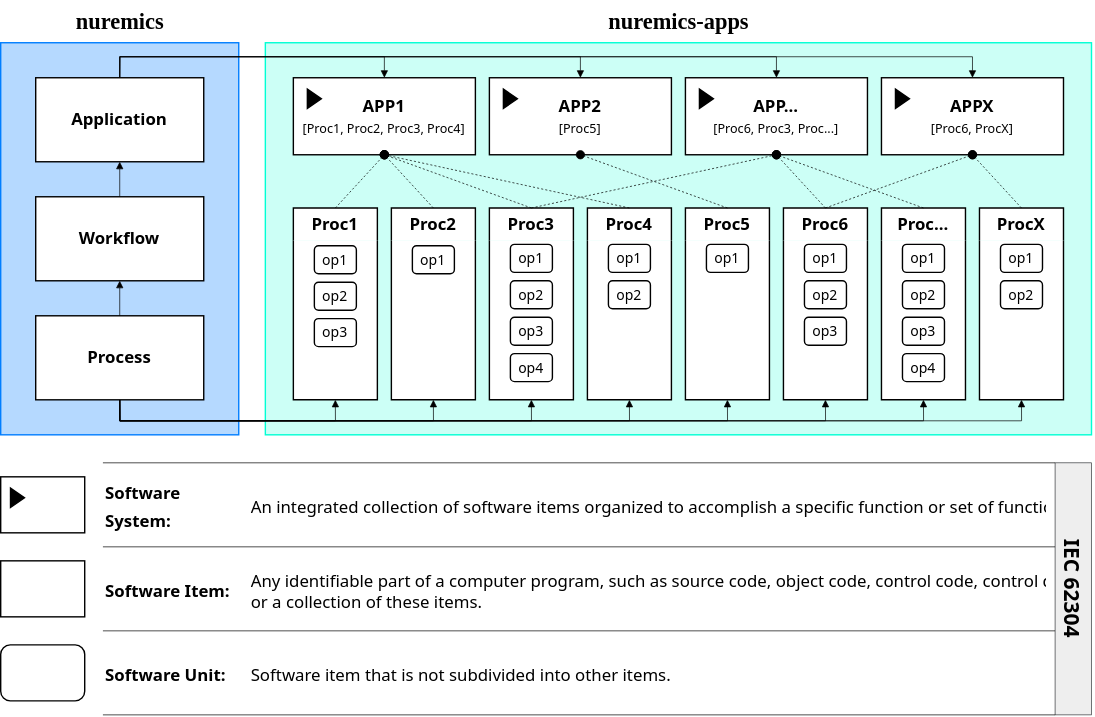
The draw.io diagram assets/architecture.svg in julien-siguenza/nuremics-data, before a commit. Source tidied: cells renumbered, new cells last; positions are measured from the earlier drawing's top-left corner, leaving out a move shared by most shapes.
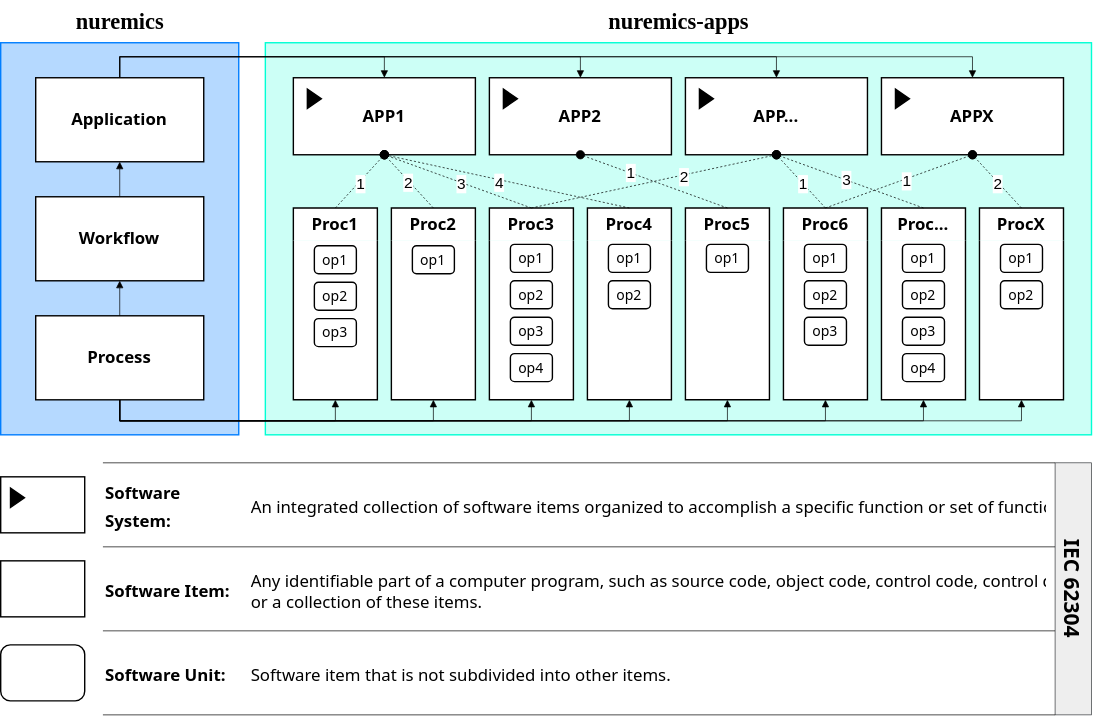
Above is the later version.

Commit message:
change architecture diagram

What changed in the source:
```diff
@@ -215,7 +215,7 @@
     <mxCell id="52" value="&lt;font face=&quot;Segoe UI&quot; style=&quot;font-size: 10px;&quot;&gt;op3&lt;/font&gt;" style="rounded=1;whiteSpace=wrap;html=1;" parent="49" vertex="1">
       <mxGeometry x="15" y="79" width="30" height="20" as="geometry" />
     </mxCell>
-    <mxCell id="53" value="&lt;span&gt;&lt;font face=&quot;Segoe UI&quot;&gt;&lt;b&gt;APP1&lt;/b&gt;&lt;/font&gt;&lt;/span&gt;&lt;div&gt;&lt;font face=&quot;Segoe UI&quot; style=&quot;font-size: 9px;&quot;&gt;&lt;font style=&quot;&quot;&gt;[&lt;span style=&quot;background-color: transparent; color: light-dark(rgb(0, 0, 0), rgb(255, 255, 255));&quot;&gt;Proc1,&amp;nbsp;&lt;/span&gt;&lt;/font&gt;&lt;span style=&quot;background-color: transparent; color: light-dark(rgb(0, 0, 0), rgb(255, 255, 255));&quot;&gt;Proc2,&amp;nbsp;&lt;/span&gt;&lt;span style=&quot;background-color: transparent; color: light-dark(rgb(0, 0, 0), rgb(255, 255, 255));&quot;&gt;Proc3,&amp;nbsp;&lt;/span&gt;&lt;span style=&quot;background-color: transparent; color: light-dark(rgb(0, 0, 0), rgb(255, 255, 255));&quot;&gt;Proc4]&lt;/span&gt;&lt;/font&gt;&lt;/div&gt;" style="rounded=0;whiteSpace=wrap;html=1;" parent="1" vertex="1">
+    <mxCell id="53" value="&lt;span&gt;&lt;font face=&quot;Segoe UI&quot;&gt;&lt;b&gt;APP1&lt;/b&gt;&lt;/font&gt;&lt;/span&gt;" style="rounded=0;whiteSpace=wrap;html=1;" parent="1" vertex="1">
       <mxGeometry x="209" y="55" width="130" height="55" as="geometry" />
     </mxCell>
     <mxCell id="54" style="shape=mxgraph.arrows2.wedgeArrow;html=1;startWidth=6.896551724137932;fillColor=strokeColor;defaultFillColor=invert;defaultGradientColor=invert;rounded=0;" parent="1" edge="1">
@@ -224,7 +224,7 @@
         <mxPoint x="229" y="70" as="targetPoint" />
       </mxGeometry>
     </mxCell>
-    <mxCell id="55" value="&lt;span&gt;&lt;font face=&quot;Segoe UI&quot;&gt;&lt;b&gt;APP2&lt;/b&gt;&lt;/font&gt;&lt;/span&gt;&lt;div&gt;&lt;font face=&quot;Segoe UI&quot; style=&quot;font-size: 9px;&quot;&gt;&lt;font style=&quot;&quot;&gt;[&lt;span style=&quot;background-color: transparent; color: light-dark(rgb(0, 0, 0), rgb(255, 255, 255));&quot;&gt;Proc5&lt;/span&gt;&lt;/font&gt;&lt;span style=&quot;background-color: transparent; color: light-dark(rgb(0, 0, 0), rgb(255, 255, 255));&quot;&gt;]&lt;/span&gt;&lt;/font&gt;&lt;/div&gt;" style="rounded=0;whiteSpace=wrap;html=1;" parent="1" vertex="1">
+    <mxCell id="55" value="&lt;span&gt;&lt;font face=&quot;Segoe UI&quot;&gt;&lt;b&gt;APP2&lt;/b&gt;&lt;/font&gt;&lt;/span&gt;" style="rounded=0;whiteSpace=wrap;html=1;" parent="1" vertex="1">
       <mxGeometry x="349" y="55" width="130" height="55" as="geometry" />
     </mxCell>
     <mxCell id="56" style="shape=mxgraph.arrows2.wedgeArrow;html=1;startWidth=6.896551724137932;fillColor=strokeColor;defaultFillColor=invert;defaultGradientColor=invert;rounded=0;" parent="1" edge="1">
@@ -233,7 +233,7 @@
         <mxPoint x="369" y="70" as="targetPoint" />
       </mxGeometry>
     </mxCell>
-    <mxCell id="57" value="&lt;span&gt;&lt;font face=&quot;Segoe UI&quot;&gt;&lt;b&gt;APP...&lt;/b&gt;&lt;/font&gt;&lt;/span&gt;&lt;div&gt;&lt;font face=&quot;Segoe UI&quot; style=&quot;font-size: 9px;&quot;&gt;&lt;font style=&quot;&quot;&gt;[&lt;span style=&quot;background-color: transparent; color: light-dark(rgb(0, 0, 0), rgb(255, 255, 255));&quot;&gt;Proc6,&amp;nbsp;&lt;/span&gt;&lt;/font&gt;&lt;span style=&quot;background-color: transparent; color: light-dark(rgb(0, 0, 0), rgb(255, 255, 255));&quot;&gt;Proc3,&amp;nbsp;&lt;/span&gt;&lt;span style=&quot;background-color: transparent; color: light-dark(rgb(0, 0, 0), rgb(255, 255, 255));&quot;&gt;Proc...&lt;/span&gt;&lt;span style=&quot;background-color: transparent; color: light-dark(rgb(0, 0, 0), rgb(255, 255, 255));&quot;&gt;]&lt;/span&gt;&lt;/font&gt;&lt;/div&gt;" style="rounded=0;whiteSpace=wrap;html=1;" parent="1" vertex="1">
+    <mxCell id="57" value="&lt;span&gt;&lt;font face=&quot;Segoe UI&quot;&gt;&lt;b&gt;APP...&lt;/b&gt;&lt;/font&gt;&lt;/span&gt;" style="rounded=0;whiteSpace=wrap;html=1;" parent="1" vertex="1">
       <mxGeometry x="489" y="55" width="130" height="55" as="geometry" />
     </mxCell>
     <mxCell id="58" style="shape=mxgraph.arrows2.wedgeArrow;html=1;startWidth=6.896551724137932;fillColor=strokeColor;defaultFillColor=invert;defaultGradientColor=invert;rounded=0;" parent="1" edge="1">
@@ -242,7 +242,7 @@
         <mxPoint x="509" y="70" as="targetPoint" />
       </mxGeometry>
     </mxCell>
-    <mxCell id="59" value="&lt;span&gt;&lt;font face=&quot;Segoe UI&quot;&gt;&lt;b&gt;APPX&lt;/b&gt;&lt;/font&gt;&lt;/span&gt;&lt;div&gt;&lt;font face=&quot;Segoe UI&quot; style=&quot;font-size: 9px;&quot;&gt;&lt;font style=&quot;&quot;&gt;[&lt;span style=&quot;background-color: transparent; color: light-dark(rgb(0, 0, 0), rgb(255, 255, 255));&quot;&gt;Proc6,&amp;nbsp;&lt;/span&gt;&lt;/font&gt;&lt;span style=&quot;background-color: transparent; color: light-dark(rgb(0, 0, 0), rgb(255, 255, 255));&quot;&gt;ProcX&lt;/span&gt;&lt;span style=&quot;background-color: transparent; color: light-dark(rgb(0, 0, 0), rgb(255, 255, 255));&quot;&gt;]&lt;/span&gt;&lt;/font&gt;&lt;/div&gt;" style="rounded=0;whiteSpace=wrap;html=1;" parent="1" vertex="1">
+    <mxCell id="59" value="&lt;span&gt;&lt;font face=&quot;Segoe UI&quot;&gt;&lt;b&gt;APPX&lt;/b&gt;&lt;/font&gt;&lt;/span&gt;" style="rounded=0;whiteSpace=wrap;html=1;" parent="1" vertex="1">
       <mxGeometry x="629" y="55" width="130" height="55" as="geometry" />
     </mxCell>
     <mxCell id="60" style="shape=mxgraph.arrows2.wedgeArrow;html=1;startWidth=6.896551724137932;fillColor=strokeColor;defaultFillColor=invert;defaultGradientColor=invert;rounded=0;" parent="1" edge="1">
@@ -254,33 +254,65 @@
     <mxCell id="61" style="endArrow=oval;html=1;rounded=0;exitX=0.5;exitY=0;exitDx=0;exitDy=0;endFill=1;endSize=6;startSize=6;entryX=0.5;entryY=1;entryDx=0;entryDy=0;dashed=1;strokeWidth=0.5;" parent="1" edge="1" source="39" target="53">
       <mxGeometry relative="1" as="geometry" />
     </mxCell>
+    <mxCell id="92" value="4" style="edgeLabel;html=1;align=center;verticalAlign=middle;" parent="61" vertex="1">
+      <mxGeometry x="0.07" y="2" relative="1" as="geometry" />
+    </mxCell>
     <mxCell id="62" style="endArrow=oval;html=1;rounded=0;exitX=0.5;exitY=0;exitDx=0;exitDy=0;entryX=0.5;entryY=1;entryDx=0;entryDy=0;endFill=1;endSize=6;startSize=6;dashed=1;strokeWidth=0.5;" parent="1" edge="1" source="33" target="57">
       <mxGeometry relative="1" as="geometry" />
     </mxCell>
+    <mxCell id="93" value="1" style="edgeLabel;html=1;align=center;verticalAlign=middle;" parent="62" vertex="1">
+      <mxGeometry x="-0.06" relative="1" as="geometry" />
+    </mxCell>
     <mxCell id="63" style="endArrow=oval;html=1;rounded=0;exitX=0.5;exitY=0;exitDx=0;exitDy=0;entryX=0.5;entryY=1;entryDx=0;entryDy=0;endFill=1;endSize=6;startSize=6;dashed=1;strokeWidth=0.5;" parent="1" edge="1" source="44" target="57">
       <mxGeometry relative="1" as="geometry" />
     </mxCell>
+    <mxCell id="94" value="2" style="edgeLabel;html=1;align=center;verticalAlign=middle;" parent="63" vertex="1">
+      <mxGeometry x="0.24" y="-1" relative="1" as="geometry" />
+    </mxCell>
     <mxCell id="64" style="endArrow=oval;html=1;rounded=0;exitX=0.5;exitY=0;exitDx=0;exitDy=0;entryX=0.5;entryY=1;entryDx=0;entryDy=0;endFill=1;endSize=6;startSize=6;dashed=1;strokeWidth=0.5;" parent="1" edge="1" source="28" target="57">
       <mxGeometry relative="1" as="geometry" />
     </mxCell>
+    <mxCell id="95" value="3" style="edgeLabel;html=1;align=center;verticalAlign=middle;" parent="64" vertex="1">
+      <mxGeometry x="0.06" relative="1" as="geometry" />
+    </mxCell>
     <mxCell id="65" style="endArrow=oval;html=1;rounded=0;exitX=0.5;exitY=0;exitDx=0;exitDy=0;entryX=0.5;entryY=1;entryDx=0;entryDy=0;endFill=1;endSize=6;startSize=6;dashed=1;strokeWidth=0.5;" parent="1" edge="1" source="33" target="59">
       <mxGeometry relative="1" as="geometry" />
     </mxCell>
+    <mxCell id="96" value="1" style="edgeLabel;html=1;align=center;verticalAlign=middle;" parent="65" vertex="1">
+      <mxGeometry x="0.09" y="-1" relative="1" as="geometry" />
+    </mxCell>
     <mxCell id="66" style="endArrow=oval;html=1;rounded=0;exitX=0.5;exitY=0;exitDx=0;exitDy=0;entryX=0.5;entryY=1;entryDx=0;entryDy=0;endFill=1;endSize=6;startSize=6;dashed=1;strokeWidth=0.5;" parent="1" edge="1" source="25" target="59">
       <mxGeometry relative="1" as="geometry" />
     </mxCell>
+    <mxCell id="97" value="2" style="edgeLabel;html=1;align=center;verticalAlign=middle;" parent="66" vertex="1">
+      <mxGeometry x="-0.04" y="1" relative="1" as="geometry" />
+    </mxCell>
     <mxCell id="67" style="endArrow=oval;html=1;rounded=0;exitX=0.5;exitY=0;exitDx=0;exitDy=0;entryX=0.5;entryY=1;entryDx=0;entryDy=0;endFill=1;endSize=6;startSize=6;dashed=1;strokeWidth=0.5;" parent="1" edge="1" source="44" target="53">
       <mxGeometry relative="1" as="geometry" />
     </mxCell>
+    <mxCell id="98" value="3" style="edgeLabel;html=1;align=center;verticalAlign=middle;" parent="67" vertex="1">
+      <mxGeometry x="-0.04" y="1" relative="1" as="geometry">
+        <mxPoint x="1" as="offset" />
+      </mxGeometry>
+    </mxCell>
     <mxCell id="68" style="endArrow=oval;html=1;rounded=0;exitX=0.5;exitY=0;exitDx=0;exitDy=0;entryX=0.5;entryY=1;entryDx=0;entryDy=0;endFill=1;endSize=6;startSize=6;dashed=1;strokeWidth=0.5;" parent="1" edge="1" source="42" target="53">
       <mxGeometry relative="1" as="geometry" />
     </mxCell>
+    <mxCell id="99" value="2" style="edgeLabel;html=1;align=center;verticalAlign=middle;" parent="68" vertex="1">
+      <mxGeometry x="0.02" y="1" relative="1" as="geometry" />
+    </mxCell>
     <mxCell id="69" style="endArrow=oval;html=1;rounded=0;exitX=0.5;exitY=0;exitDx=0;exitDy=0;endFill=1;endSize=6;startSize=6;entryX=0.5;entryY=1;entryDx=0;entryDy=0;dashed=1;strokeWidth=0.5;" parent="1" edge="1" source="49" target="53">
       <mxGeometry relative="1" as="geometry" />
     </mxCell>
+    <mxCell id="100" value="1" style="edgeLabel;html=1;align=center;verticalAlign=middle;" parent="69" vertex="1">
+      <mxGeometry x="-0.04" y="-1" relative="1" as="geometry" />
+    </mxCell>
     <mxCell id="70" style="endArrow=oval;html=1;rounded=0;exitX=0.5;exitY=0;exitDx=0;exitDy=0;entryX=0.5;entryY=1;entryDx=0;entryDy=0;endFill=1;endSize=6;startSize=6;dashed=1;strokeWidth=0.5;" parent="1" edge="1" source="37" target="55">
       <mxGeometry relative="1" as="geometry" />
     </mxCell>
+    <mxCell id="101" value="1" style="edgeLabel;html=1;align=center;verticalAlign=middle;" parent="70" vertex="1">
+      <mxGeometry x="0.33" relative="1" as="geometry" />
+    </mxCell>
     <mxCell id="71" style="group;fillColor=light-dark(#ffffff, #2e2e2e);" parent="1" vertex="1">
       <mxGeometry x="73" y="330" width="680" height="180" as="geometry" />
     </mxCell>
```
